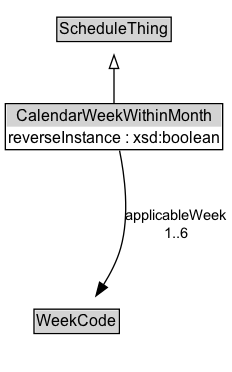
k-vaughn/ontology-its-time keeps this Graphviz diagram as docs/diagrams/CalendarWeekWithinMonth.dot.png. Above is the earlier version. Its source is kept beside it as docs/diagrams/CalendarWeekWithinMonth.dot.
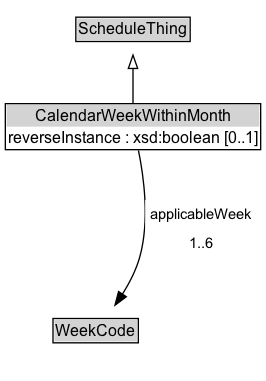
After the commit.

The edit, as a diff of the source:
```diff
@@ -6,7 +6,7 @@
 		rank=source
 		ScheduleThing [label=<<TABLE BORDER="1" CELLBORDER="0" CELLSPACING="0" CELLPADDING="1"><TR><TD BGCOLOR="lightgray" ALIGN="CENTER">ScheduleThing</TD></TR></TABLE>> URL="../ScheduleThing" margin=0]
 	}
-	CalendarWeekWithinMonth [label=<<TABLE BORDER="1" CELLBORDER="0" CELLSPACING="0" CELLPADDING="1"><TR><TD BGCOLOR="lightgray" ALIGN="CENTER">CalendarWeekWithinMonth</TD></TR><TR><TD ALIGN="LEFT">reverseInstance : xsd:boolean</TD></TR></TABLE>> URL="../CalendarWeekWithinMonth" margin=0]
+	CalendarWeekWithinMonth [label=<<TABLE BORDER="1" CELLBORDER="0" CELLSPACING="0" CELLPADDING="1"><TR><TD BGCOLOR="lightgray" ALIGN="CENTER">CalendarWeekWithinMonth</TD></TR><TR><TD ALIGN="LEFT">reverseInstance : xsd:boolean [0..1]</TD></TR></TABLE>> URL="../CalendarWeekWithinMonth" margin=0]
 	{
 		rank=max
 	}
@@ -19,6 +19,5 @@
 	CalendarWeekWithinMonth -> Invis [style=invis]
 	Invis -> WeekCode [style=invis]
 	WeekCode [label=<<TABLE BORDER="1" CELLBORDER="0" CELLSPACING="0" CELLPADDING="1"><TR><TD BGCOLOR="lightgray" ALIGN="CENTER">WeekCode</TD></TR></TABLE>> URL="../WeekCode" margin=0]
-	CalendarWeekWithinMonth -> WeekCode [label="applicableWeek
-1..6" arrowhead=normal style=solid]
+	CalendarWeekWithinMonth -> WeekCode [label=<<TABLE BORDER="0" CELLBORDER="0" CELLSPACING="0" CELLPADDING="4" BGCOLOR="white"><TR><TD ALIGN="CENTER">applicableWeek</TD></TR><TR><TD ALIGN="CENTER">1..6</TD></TR></TABLE>> arrowhead=normal style=solid]
 }
```
